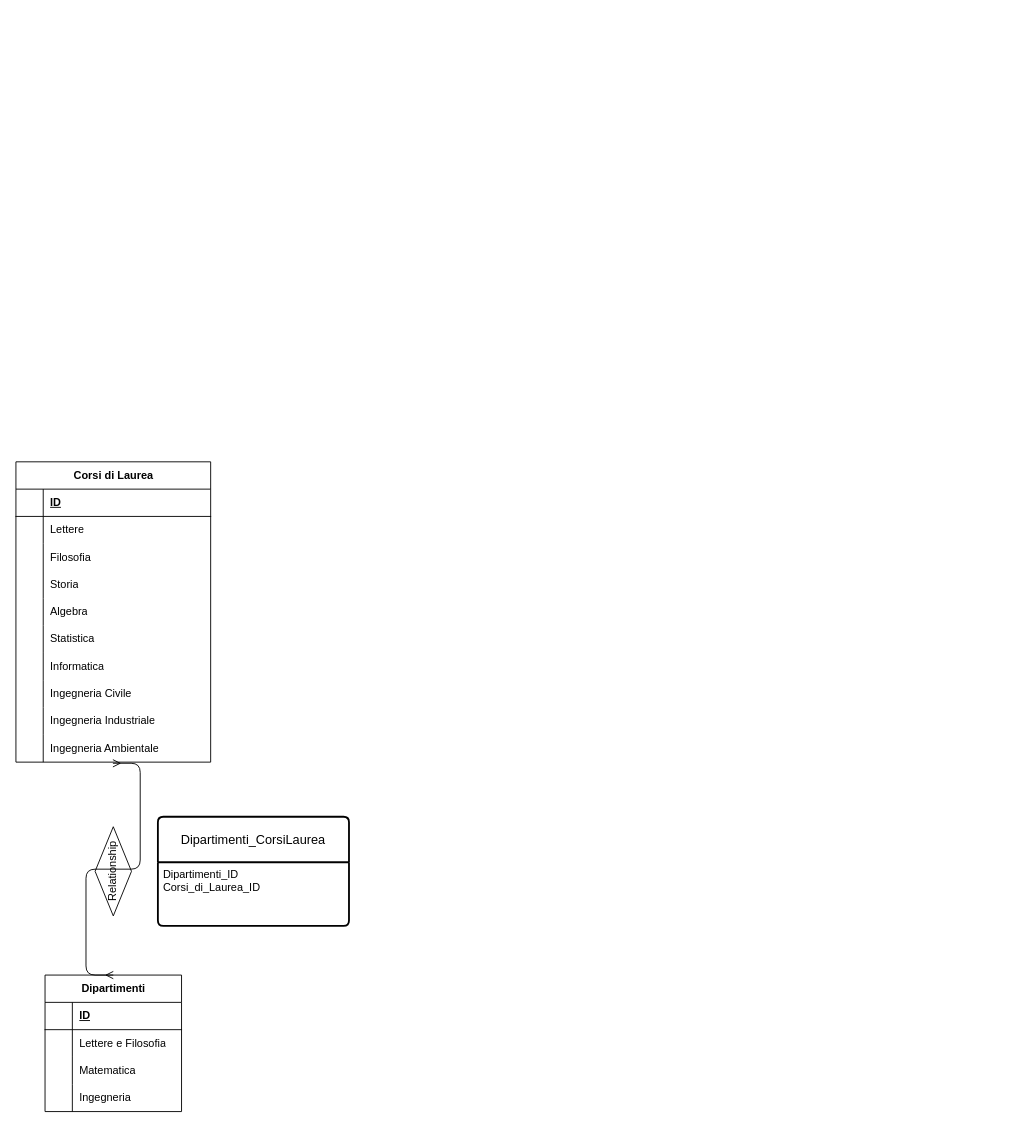
This is diagram.drawio from diegotosato/db-university, a draw.io file, before an edit. Source tidied: cells renumbered, new cells numbered last; positions are measured from the earlier drawing's top-left corner, leaving out a move shared by most shapes. Both pictures are drawn from the tidied source at 91%, with x=0, y=0 at pixel (15, 461).
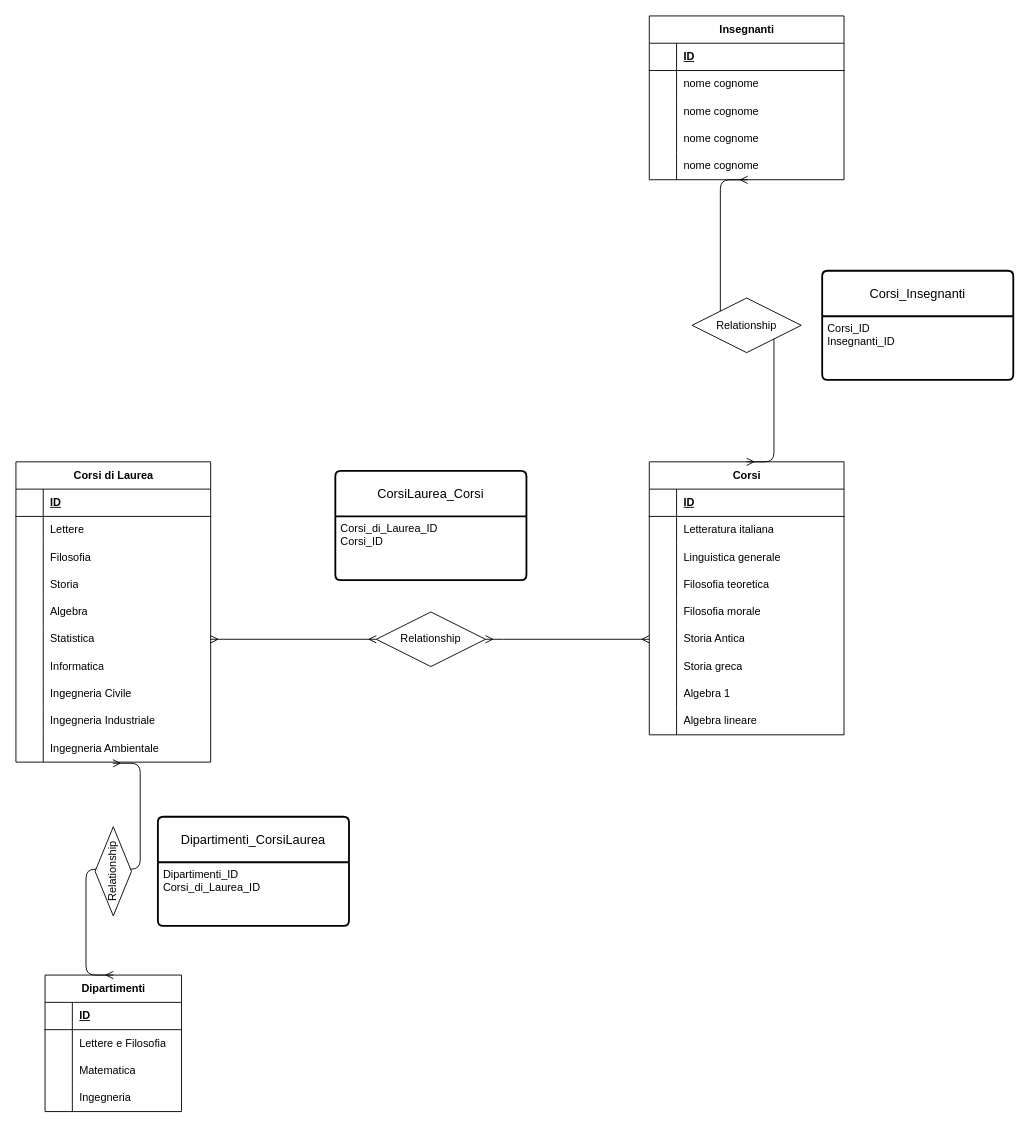
After the change.

Commit message:
Refactor diagram to update dimensions and add new entities for courses and instructors

Unchanged cells that the change refers to:
```xml
<mxCell id="31" style="shape=tableRow;horizontal=0;startSize=0;swimlaneHead=0;swimlaneBody=0;fillColor=none;points=[[0,0.5],[1,0.5]];portConstraint=eastwest;top=0;left=0;right=0;bottom=0;" parent="15" vertex="1">
  <mxGeometry y="180" width="214" height="30" as="geometry" />
</mxCell>
```

The edit, as a diff of the source:
```diff
@@
-    <mxCell id="46" value="Relationship" style="shape=rhombus;perimeter=rhombusPerimeter;whiteSpace=wrap;html=1;align=center;rotation=-90;" parent="1" vertex="1">
-      <mxGeometry x="58" y="430" width="98" height="40" as="geometry" />
-    </mxCell>
@@
+    <mxCell id="50" value="Corsi" style="shape=table;startSize=30;childLayout=tableLayout;rowLines=0;fontStyle=1;align=center;html=1;" parent="1" vertex="1">
+      <mxGeometry x="696" width="214" height="300" as="geometry" />
+    </mxCell>
+    <mxCell id="51" style="shape=tableRow;horizontal=0;startSize=0;swimlaneHead=0;swimlaneBody=0;fillColor=none;top=0;left=0;right=0;bottom=1;" parent="50" vertex="1">
+      <mxGeometry y="30" width="214" height="30" as="geometry" />
+    </mxCell>
+    <mxCell id="52" style="shape=partialRectangle;fillColor=none;top=0;left=0;bottom=0;right=0;fontStyle=1;overflow=hidden;whiteSpace=wrap;html=1;" parent="51" vertex="1">
+      <mxGeometry width="30" height="30" as="geometry" />
+    </mxCell>
+    <mxCell id="53" value="ID" style="shape=partialRectangle;fillColor=none;top=0;left=0;bottom=0;right=0;align=left;spacingLeft=6;fontStyle=5;overflow=hidden;whiteSpace=wrap;html=1;" parent="51" vertex="1">
+      <mxGeometry x="30" width="184" height="30" as="geometry" />
+    </mxCell>
+    <mxCell id="54" style="shape=tableRow;horizontal=0;startSize=0;swimlaneHead=0;swimlaneBody=0;fillColor=none;top=0;left=0;right=0;bottom=0;" parent="50" vertex="1">
+      <mxGeometry y="60" width="214" height="30" as="geometry" />
+    </mxCell>
+    <mxCell id="55" style="shape=partialRectangle;fillColor=none;top=0;left=0;bottom=0;right=0;overflow=hidden;whiteSpace=wrap;html=1;" parent="54" vertex="1">
+      <mxGeometry width="30" height="30" as="geometry" />
+    </mxCell>
+    <mxCell id="56" value="Letteratura italiana" style="shape=partialRectangle;fillColor=none;top=0;left=0;bottom=0;right=0;align=left;spacingLeft=6;overflow=hidden;whiteSpace=wrap;html=1;" parent="54" vertex="1">
+      <mxGeometry x="30" width="184" height="30" as="geometry" />
+    </mxCell>
+    <mxCell id="57" style="shape=tableRow;horizontal=0;startSize=0;swimlaneHead=0;swimlaneBody=0;fillColor=none;top=0;left=0;right=0;bottom=0;" parent="50" vertex="1">
+      <mxGeometry y="90" width="214" height="30" as="geometry" />
+    </mxCell>
+    <mxCell id="58" style="shape=partialRectangle;fillColor=none;top=0;left=0;bottom=0;right=0;overflow=hidden;whiteSpace=wrap;html=1;" parent="57" vertex="1">
+      <mxGeometry width="30" height="30" as="geometry" />
+    </mxCell>
+    <mxCell id="59" value="Linguistica generale" style="shape=partialRectangle;fillColor=none;top=0;left=0;bottom=0;right=0;align=left;spacingLeft=6;overflow=hidden;whiteSpace=wrap;html=1;" parent="57" vertex="1">
+      <mxGeometry x="30" width="184" height="30" as="geometry" />
+    </mxCell>
+    <mxCell id="60" style="shape=tableRow;horizontal=0;startSize=0;swimlaneHead=0;swimlaneBody=0;fillColor=none;top=0;left=0;right=0;bottom=0;" parent="50" vertex="1">
+      <mxGeometry y="120" width="214" height="30" as="geometry" />
+    </mxCell>
+    <mxCell id="61" style="shape=partialRectangle;fillColor=none;top=0;left=0;bottom=0;right=0;overflow=hidden;whiteSpace=wrap;html=1;" parent="60" vertex="1">
+      <mxGeometry width="30" height="30" as="geometry" />
+    </mxCell>
+    <mxCell id="62" value="Filosofia teoretica" style="shape=partialRectangle;fillColor=none;top=0;left=0;bottom=0;right=0;align=left;spacingLeft=6;overflow=hidden;whiteSpace=wrap;html=1;" parent="60" vertex="1">
+      <mxGeometry x="30" width="184" height="30" as="geometry" />
+    </mxCell>
+    <mxCell id="63" style="shape=tableRow;horizontal=0;startSize=0;swimlaneHead=0;swimlaneBody=0;fillColor=none;top=0;left=0;right=0;bottom=0;" parent="50" vertex="1">
+      <mxGeometry y="150" width="214" height="30" as="geometry" />
+    </mxCell>
+    <mxCell id="64" style="shape=partialRectangle;fillColor=none;top=0;left=0;bottom=0;right=0;overflow=hidden;whiteSpace=wrap;html=1;" parent="63" vertex="1">
+      <mxGeometry width="30" height="30" as="geometry" />
+    </mxCell>
+    <mxCell id="65" value="Filosofia morale" style="shape=partialRectangle;fillColor=none;top=0;left=0;bottom=0;right=0;align=left;spacingLeft=6;overflow=hidden;whiteSpace=wrap;html=1;" parent="63" vertex="1">
+      <mxGeometry x="30" width="184" height="30" as="geometry" />
+    </mxCell>
+    <mxCell id="66" style="shape=tableRow;horizontal=0;startSize=0;swimlaneHead=0;swimlaneBody=0;fillColor=none;points=[[0,0.5],[1,0.5]];portConstraint=eastwest;top=0;left=0;right=0;bottom=0;" parent="50" vertex="1">
+      <mxGeometry y="180" width="214" height="30" as="geometry" />
+    </mxCell>
+    <mxCell id="67" style="shape=partialRectangle;fillColor=none;top=0;left=0;bottom=0;right=0;overflow=hidden;whiteSpace=wrap;html=1;" parent="66" vertex="1">
+      <mxGeometry width="30" height="30" as="geometry" />
+    </mxCell>
+    <mxCell id="68" value="Storia Antica" style="shape=partialRectangle;fillColor=none;top=0;left=0;bottom=0;right=0;align=left;spacingLeft=6;overflow=hidden;whiteSpace=wrap;html=1;" parent="66" vertex="1">
+      <mxGeometry x="30" width="184" height="30" as="geometry" />
+    </mxCell>
+    <mxCell id="69" style="shape=tableRow;horizontal=0;startSize=0;swimlaneHead=0;swimlaneBody=0;fillColor=none;top=0;left=0;right=0;bottom=0;" parent="50" vertex="1">
+      <mxGeometry y="210" width="214" height="30" as="geometry" />
+    </mxCell>
+    <mxCell id="70" style="shape=partialRectangle;fillColor=none;top=0;left=0;bottom=0;right=0;overflow=hidden;whiteSpace=wrap;html=1;" parent="69" vertex="1">
+      <mxGeometry width="30" height="30" as="geometry" />
+    </mxCell>
+    <mxCell id="71" value="Storia greca" style="shape=partialRectangle;fillColor=none;top=0;left=0;bottom=0;right=0;align=left;spacingLeft=6;overflow=hidden;whiteSpace=wrap;html=1;" parent="69" vertex="1">
+      <mxGeometry x="30" width="184" height="30" as="geometry" />
+    </mxCell>
+    <mxCell id="72" style="shape=tableRow;horizontal=0;startSize=0;swimlaneHead=0;swimlaneBody=0;fillColor=none;top=0;left=0;right=0;bottom=0;" parent="50" vertex="1">
+      <mxGeometry y="240" width="214" height="30" as="geometry" />
+    </mxCell>
+    <mxCell id="73" style="shape=partialRectangle;fillColor=none;top=0;left=0;bottom=0;right=0;overflow=hidden;whiteSpace=wrap;html=1;" parent="72" vertex="1">
+      <mxGeometry width="30" height="30" as="geometry" />
+    </mxCell>
+    <mxCell id="74" value="Algebra 1" style="shape=partialRectangle;fillColor=none;top=0;left=0;bottom=0;right=0;align=left;spacingLeft=6;overflow=hidden;whiteSpace=wrap;html=1;" parent="72" vertex="1">
+      <mxGeometry x="30" width="184" height="30" as="geometry" />
+    </mxCell>
+    <mxCell id="75" style="shape=tableRow;horizontal=0;startSize=0;swimlaneHead=0;swimlaneBody=0;fillColor=none;top=0;left=0;right=0;bottom=0;" parent="50" vertex="1">
+      <mxGeometry y="270" width="214" height="30" as="geometry" />
+    </mxCell>
+    <mxCell id="76" style="shape=partialRectangle;fillColor=none;top=0;left=0;bottom=0;right=0;overflow=hidden;whiteSpace=wrap;html=1;" parent="75" vertex="1">
+      <mxGeometry width="30" height="30" as="geometry" />
+    </mxCell>
+    <mxCell id="77" value="Algebra lineare" style="shape=partialRectangle;fillColor=none;top=0;left=0;bottom=0;right=0;align=left;spacingLeft=6;overflow=hidden;whiteSpace=wrap;html=1;" parent="75" vertex="1">
+      <mxGeometry x="30" width="184" height="30" as="geometry" />
+    </mxCell>
+    <mxCell id="78" style="edgeStyle=entityRelationEdgeStyle;fontSize=12;html=1;endArrow=ERmany;startArrow=ERmany;exitX=1;exitY=0.5;exitDx=0;exitDy=0;entryX=0;entryY=0.5;entryDx=0;entryDy=0;" parent="1" edge="1" source="80" target="66">
+      <mxGeometry relative="1" as="geometry" />
+    </mxCell>
+    <mxCell id="79" style="edgeStyle=entityRelationEdgeStyle;fontSize=12;html=1;endArrow=ERmany;startArrow=ERmany;exitX=1;exitY=0.5;exitDx=0;exitDy=0;entryX=0;entryY=0.5;entryDx=0;entryDy=0;" parent="1" edge="1" source="31" target="80">
+      <mxGeometry relative="1" as="geometry" />
+    </mxCell>
+    <mxCell id="80" value="Relationship" style="shape=rhombus;perimeter=rhombusPerimeter;whiteSpace=wrap;html=1;align=center;" parent="1" vertex="1">
+      <mxGeometry x="396" y="165" width="120" height="60" as="geometry" />
+    </mxCell>
+    <mxCell id="81" value="CorsiLaurea_Corsi" style="swimlane;horizontal=1;startSize=50;rounded=1;fontSize=14;fontStyle=0;strokeWidth=2;shadow=0;dashed=0;align=center;arcSize=4;whiteSpace=wrap;html=1;" parent="1" vertex="1">
+      <mxGeometry x="351" y="10" width="210" height="120" as="geometry" />
+    </mxCell>
+    <mxCell id="82" value="Corsi_di_Laurea_ID&lt;br&gt;Corsi_ID" style="align=left;strokeColor=none;fillColor=none;spacingLeft=4;fontSize=12;verticalAlign=top;html=1;" parent="81" vertex="1">
+      <mxGeometry y="50" width="210" height="70" as="geometry" />
+    </mxCell>
+    <mxCell id="83" value="Insegnanti" style="shape=table;startSize=30;childLayout=tableLayout;rowLines=0;fontStyle=1;align=center;html=1;" parent="1" vertex="1">
+      <mxGeometry x="696" y="-490" width="214" height="180" as="geometry" />
+    </mxCell>
+    <mxCell id="84" style="shape=tableRow;horizontal=0;startSize=0;swimlaneHead=0;swimlaneBody=0;fillColor=none;top=0;left=0;right=0;bottom=1;" parent="83" vertex="1">
+      <mxGeometry y="30" width="214" height="30" as="geometry" />
+    </mxCell>
+    <mxCell id="85" style="shape=partialRectangle;fillColor=none;top=0;left=0;bottom=0;right=0;fontStyle=1;overflow=hidden;whiteSpace=wrap;html=1;" parent="84" vertex="1">
+      <mxGeometry width="30" height="30" as="geometry" />
+    </mxCell>
+    <mxCell id="86" value="ID" style="shape=partialRectangle;fillColor=none;top=0;left=0;bottom=0;right=0;align=left;spacingLeft=6;fontStyle=5;overflow=hidden;whiteSpace=wrap;html=1;" parent="84" vertex="1">
+      <mxGeometry x="30" width="184" height="30" as="geometry" />
+    </mxCell>
+    <mxCell id="87" style="shape=tableRow;horizontal=0;startSize=0;swimlaneHead=0;swimlaneBody=0;fillColor=none;top=0;left=0;right=0;bottom=0;" parent="83" vertex="1">
+      <mxGeometry y="60" width="214" height="30" as="geometry" />
+    </mxCell>
+    <mxCell id="88" style="shape=partialRectangle;fillColor=none;top=0;left=0;bottom=0;right=0;overflow=hidden;whiteSpace=wrap;html=1;" parent="87" vertex="1">
+      <mxGeometry width="30" height="30" as="geometry" />
+    </mxCell>
+    <mxCell id="89" value="nome cognome" style="shape=partialRectangle;fillColor=none;top=0;left=0;bottom=0;right=0;align=left;spacingLeft=6;overflow=hidden;whiteSpace=wrap;html=1;" parent="87" vertex="1">
+      <mxGeometry x="30" width="184" height="30" as="geometry" />
+    </mxCell>
+    <mxCell id="90" style="shape=tableRow;horizontal=0;startSize=0;swimlaneHead=0;swimlaneBody=0;fillColor=none;top=0;left=0;right=0;bottom=0;" parent="83" vertex="1">
+      <mxGeometry y="90" width="214" height="30" as="geometry" />
+    </mxCell>
+    <mxCell id="91" style="shape=partialRectangle;fillColor=none;top=0;left=0;bottom=0;right=0;overflow=hidden;whiteSpace=wrap;html=1;" parent="90" vertex="1">
+      <mxGeometry width="30" height="30" as="geometry" />
+    </mxCell>
+    <mxCell id="92" value="nome cognome" style="shape=partialRectangle;fillColor=none;top=0;left=0;bottom=0;right=0;align=left;spacingLeft=6;overflow=hidden;whiteSpace=wrap;html=1;" parent="90" vertex="1">
+      <mxGeometry x="30" width="184" height="30" as="geometry" />
+    </mxCell>
+    <mxCell id="93" style="shape=tableRow;horizontal=0;startSize=0;swimlaneHead=0;swimlaneBody=0;fillColor=none;top=0;left=0;right=0;bottom=0;" parent="83" vertex="1">
+      <mxGeometry y="120" width="214" height="30" as="geometry" />
+    </mxCell>
+    <mxCell id="94" style="shape=partialRectangle;fillColor=none;top=0;left=0;bottom=0;right=0;overflow=hidden;whiteSpace=wrap;html=1;" parent="93" vertex="1">
+      <mxGeometry width="30" height="30" as="geometry" />
+    </mxCell>
+    <mxCell id="95" value="nome cognome" style="shape=partialRectangle;fillColor=none;top=0;left=0;bottom=0;right=0;align=left;spacingLeft=6;overflow=hidden;whiteSpace=wrap;html=1;" parent="93" vertex="1">
+      <mxGeometry x="30" width="184" height="30" as="geometry" />
+    </mxCell>
+    <mxCell id="96" style="shape=tableRow;horizontal=0;startSize=0;swimlaneHead=0;swimlaneBody=0;fillColor=none;top=0;left=0;right=0;bottom=0;" parent="83" vertex="1">
+      <mxGeometry y="150" width="214" height="30" as="geometry" />
+    </mxCell>
+    <mxCell id="97" style="shape=partialRectangle;fillColor=none;top=0;left=0;bottom=0;right=0;overflow=hidden;whiteSpace=wrap;html=1;" parent="96" vertex="1">
+      <mxGeometry width="30" height="30" as="geometry" />
+    </mxCell>
+    <mxCell id="98" value="nome cognome" style="shape=partialRectangle;fillColor=none;top=0;left=0;bottom=0;right=0;align=left;spacingLeft=6;overflow=hidden;whiteSpace=wrap;html=1;" parent="96" vertex="1">
+      <mxGeometry x="30" width="184" height="30" as="geometry" />
+    </mxCell>
+    <mxCell id="99" value="Corsi_Insegnanti" style="swimlane;horizontal=1;startSize=50;rounded=1;fontSize=14;fontStyle=0;strokeWidth=2;shadow=0;dashed=0;align=center;arcSize=4;whiteSpace=wrap;html=1;" parent="1" vertex="1">
+      <mxGeometry x="886" y="-210" width="210" height="120" as="geometry" />
+    </mxCell>
+    <mxCell id="100" value="Corsi_ID&lt;br&gt;Insegnanti_ID" style="align=left;strokeColor=none;fillColor=none;spacingLeft=4;fontSize=12;verticalAlign=top;html=1;" parent="99" vertex="1">
+      <mxGeometry y="50" width="210" height="70" as="geometry" />
+    </mxCell>
+    <mxCell id="101" style="edgeStyle=entityRelationEdgeStyle;fontSize=12;html=1;endArrow=ERmany;startArrow=ERmany;exitX=0.5;exitY=0;exitDx=0;exitDy=0;entryX=0.505;entryY=1.004;entryDx=0;entryDy=0;entryPerimeter=0;" parent="1" edge="1" source="50">
+      <mxGeometry relative="1" as="geometry">
+        <mxPoint x="804.1" y="-309.9" as="targetPoint" />
+      </mxGeometry>
+    </mxCell>
+    <mxCell id="102" value="Relationship" style="shape=rhombus;perimeter=rhombusPerimeter;whiteSpace=wrap;html=1;align=center;" parent="1" vertex="1">
+      <mxGeometry x="743" y="-180" width="120" height="60" as="geometry" />
+    </mxCell>
+    <mxCell id="46" value="Relationship" style="shape=rhombus;perimeter=rhombusPerimeter;whiteSpace=wrap;html=1;align=center;rotation=-90;" parent="1" vertex="1">
+      <mxGeometry x="58" y="430" width="98" height="40" as="geometry" />
+    </mxCell>
```
